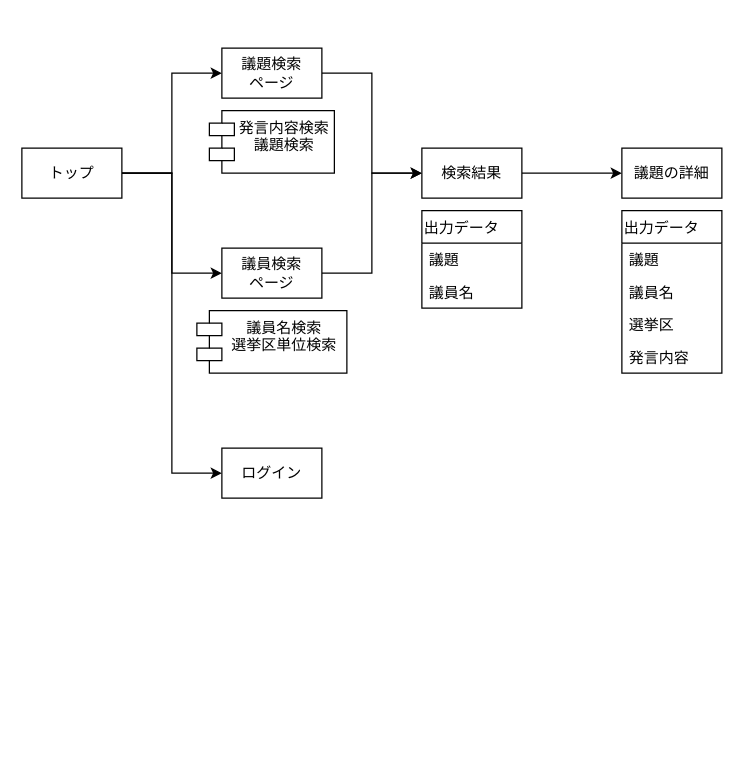
The draw.io diagram Untitled Diagram.drawio in tukuhuse/myportfolio, before the edit. Source tidied: cells renumbered, new cells numbered last; positions are measured from the earlier drawing's top-left corner, leaving out a move shared by most shapes. Both pictures are drawn from the tidied source at 125%, with x=0, y=0 at pixel (21, 48).
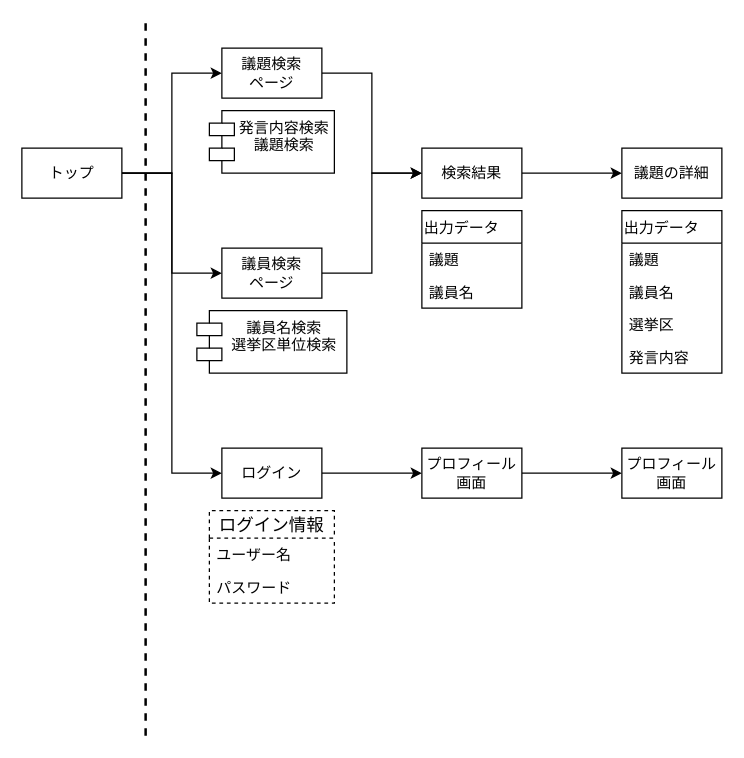
After the change.

Unchanged cells that the change refers to:
```xml
<mxCell id="24" value="ログイン" style="rounded=0;whiteSpace=wrap;html=1;align=center;" parent="1" vertex="1">
  <mxGeometry x="160" y="320" width="80" height="40" as="geometry" />
</mxCell>
```

What changed in the source:
```diff
@@
+    <mxCell id="25" style="edgeStyle=orthogonalEdgeStyle;rounded=0;jettySize=auto;html=1;" parent="1" edge="1" source="24" target="27">
+      <mxGeometry relative="1" as="geometry" />
+    </mxCell>
@@
+    <mxCell id="26" style="edgeStyle=orthogonalEdgeStyle;rounded=0;jettySize=auto;html=1;" parent="1" edge="1" source="27" target="28">
+      <mxGeometry relative="1" as="geometry" />
+    </mxCell>
+    <mxCell id="27" value="プロフィール&lt;br&gt;画面" style="rounded=0;whiteSpace=wrap;html=1;align=center;" parent="1" vertex="1">
+      <mxGeometry x="320" y="320" width="80" height="40" as="geometry" />
+    </mxCell>
+    <mxCell id="28" value="プロフィール&lt;br&gt;画面" style="rounded=0;whiteSpace=wrap;html=1;align=center;" parent="1" vertex="1">
+      <mxGeometry x="480" y="320" width="80" height="40" as="geometry" />
+    </mxCell>
+    <mxCell id="29" style="line;strokeWidth=2;direction=south;html=1;align=left;dashed=1;" parent="1" vertex="1">
+      <mxGeometry x="94" y="-20" width="10" height="570" as="geometry" />
+    </mxCell>
+    <mxCell id="30" value="ログイン情報" style="swimlane;fontStyle=0;horizontal=1;startSize=22;fillColor=none;swimlaneFillColor=#ffffff;align=center;fontSize=14;dashed=1;" parent="1" vertex="1">
+      <mxGeometry x="150" y="370" width="100" height="74" as="geometry" />
+    </mxCell>
+    <mxCell id="31" value="ユーザー名" style="text;strokeColor=none;fillColor=none;spacingLeft=4;spacingRight=4;overflow=hidden;fontSize=12;" parent="30" vertex="1">
+      <mxGeometry y="22" width="100" height="26" as="geometry" />
+    </mxCell>
+    <mxCell id="32" value="パスワード" style="text;strokeColor=none;fillColor=none;spacingLeft=4;spacingRight=4;overflow=hidden;fontSize=12;" parent="30" vertex="1">
+      <mxGeometry y="48" width="100" height="26" as="geometry" />
+    </mxCell>
```
